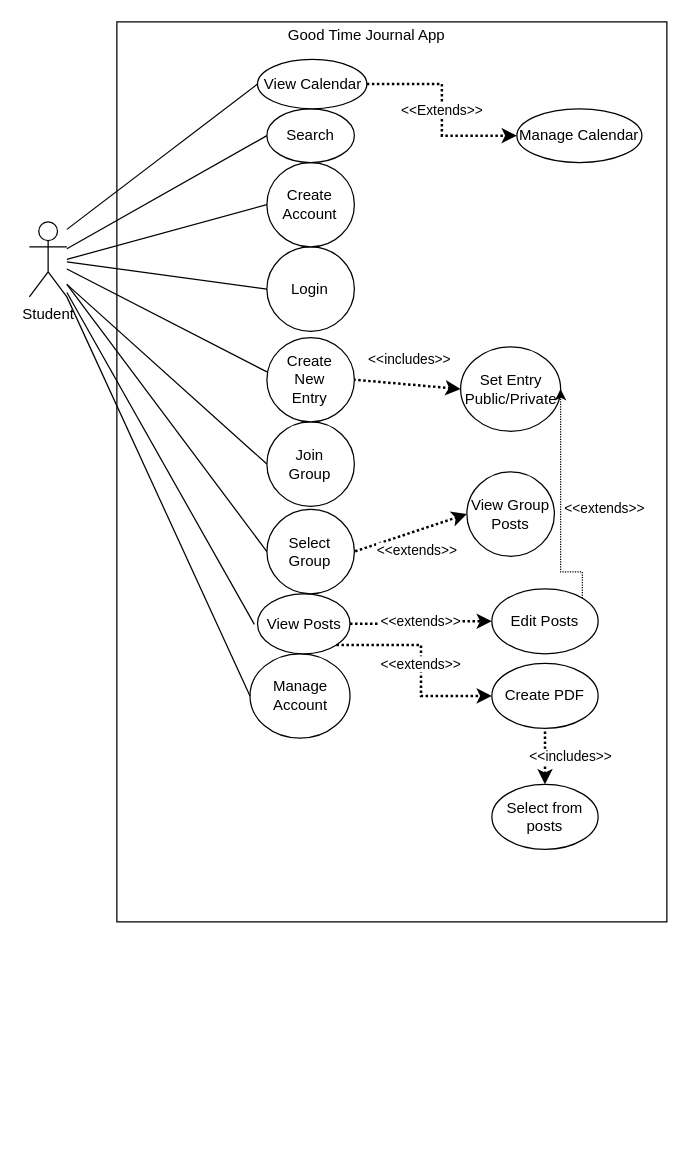
Before: TeacherUseCase.drawio in VadathHeilsang/430DreamTeam, a draw.io diagram. Source tidied: cells renumbered, new cells numbered last; positions are measured from the earlier drawing's top-left corner, leaving out a move shared by most shapes. Both pictures are drawn from the tidied source at 125%, with x=0, y=0 at pixel (29, 21).
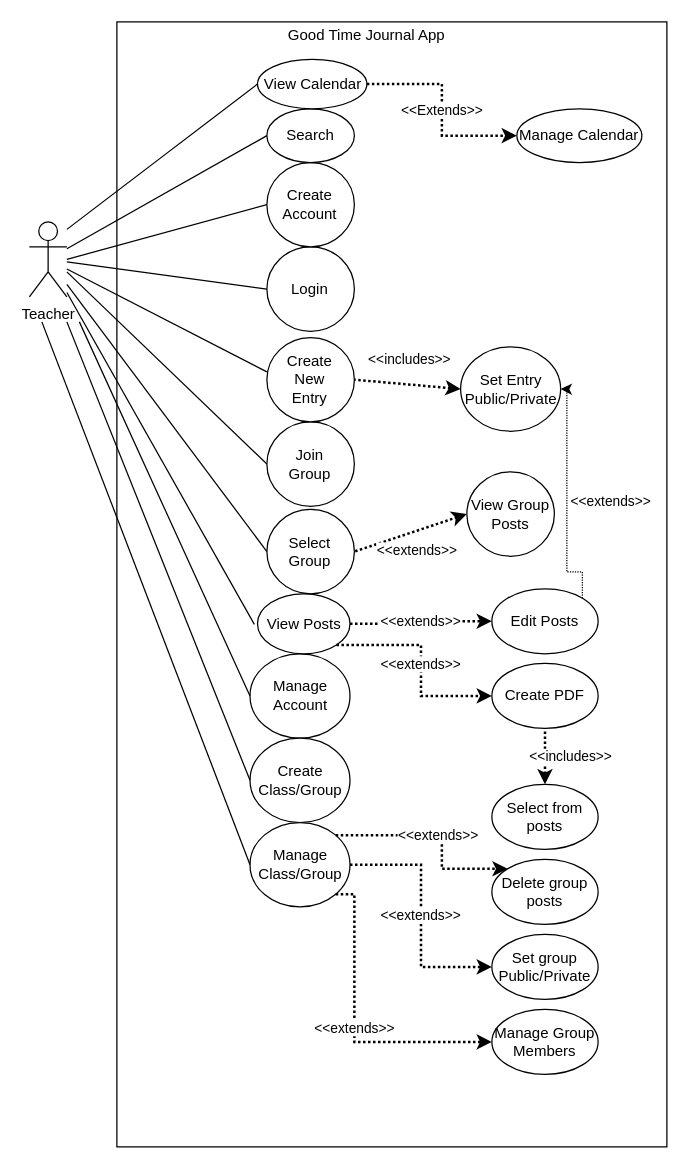
After the change.

The change refers to these unchanged cells:
```xml
<mxCell id="8" style="ellipse;whiteSpace=wrap;html=1;" parent="7" vertex="1">
  <mxGeometry width="70" height="67.5" as="geometry" />
</mxCell>
<mxCell id="11" value="Manage Account" style="ellipse;whiteSpace=wrap;html=1;" parent="3" vertex="1">
  <mxGeometry x="106.5" y="505.5" width="80" height="67.5" as="geometry" />
</mxCell>
<mxCell id="22" style="ellipse;whiteSpace=wrap;html=1;" parent="21" vertex="1">
  <mxGeometry width="80" height="67.5" as="geometry" />
</mxCell>
<mxCell id="34" value="Edit Posts" style="ellipse;whiteSpace=wrap;html=1;" parent="3" vertex="1">
  <mxGeometry x="300" y="453.5" width="85" height="52" as="geometry" />
</mxCell>
```

The edit, as a diff of the source:
```diff
@@
     <mxCell id="2" style="group;" parent="1" vertex="1">
-      <mxGeometry x="220" y="100" width="290" height="632.8" as="geometry" />
+      <mxGeometry x="220" y="100" width="290" height="800" as="geometry" />
     </mxCell>
     <mxCell id="3" style="group;" parent="2" vertex="1">
-      <mxGeometry x="-150" y="-100" width="440" height="732.8" as="geometry" />
+      <mxGeometry x="-150" y="-100" width="440" height="900" as="geometry" />
     </mxCell>
     <mxCell id="4" style="rounded=0;whiteSpace=wrap;html=1;" parent="3" vertex="1">
-      <mxGeometry width="440" height="720" as="geometry" />
+      <mxGeometry width="440" height="900" as="geometry" />
     </mxCell>
@@
     <mxCell id="35" value="&amp;lt;&amp;lt;extends&amp;gt;&amp;gt;" style="edgeStyle=orthogonalEdgeStyle;rounded=0;jettySize=auto;html=1;endArrow=classic;endFill=1;strokeWidth=1;dashed=1;dashPattern=1 1;entryX=1;entryY=0.5;entryDx=0;entryDy=0;exitX=1;exitY=0;exitDx=0;exitDy=0;" parent="3" edge="1" source="34" target="22">
       <mxGeometry x="-0.04" y="-35" relative="1" as="geometry">
         <Array as="points">
-          <mxPoint x="373" y="440" />
-          <mxPoint x="355" y="440" />
+          <mxPoint x="372" y="440" />
+          <mxPoint x="360" y="440" />
+          <mxPoint x="360" y="294" />
         </Array>
       </mxGeometry>
     </mxCell>
@@
+    <mxCell id="50" value="Create Class/Group" style="ellipse;whiteSpace=wrap;html=1;" parent="3" vertex="1">
+      <mxGeometry x="106.5" y="573" width="80" height="67.5" as="geometry" />
+    </mxCell>
+    <mxCell id="51" value="Manage Class/Group" style="ellipse;whiteSpace=wrap;html=1;" parent="3" vertex="1">
+      <mxGeometry x="106.5" y="640.5" width="80" height="67.5" as="geometry" />
+    </mxCell>
+    <mxCell id="52" value="Delete group posts" style="ellipse;whiteSpace=wrap;html=1;" parent="3" vertex="1">
+      <mxGeometry x="300" y="670" width="85" height="52" as="geometry" />
+    </mxCell>
+    <mxCell id="53" value="Set group Public/Private" style="ellipse;whiteSpace=wrap;html=1;" parent="3" vertex="1">
+      <mxGeometry x="300" y="730" width="85" height="52" as="geometry" />
+    </mxCell>
+    <mxCell id="54" value="Manage Group Members" style="ellipse;whiteSpace=wrap;html=1;" parent="3" vertex="1">
+      <mxGeometry x="300" y="790" width="85" height="52" as="geometry" />
+    </mxCell>
+    <mxCell id="55" value="&amp;lt;&amp;lt;extends&amp;gt;&amp;gt;" style="edgeStyle=orthogonalEdgeStyle;rounded=0;jettySize=auto;html=1;dashed=1;dashPattern=1 1;endArrow=classic;endFill=1;strokeColor=#000000;strokeWidth=2;entryX=0;entryY=0;entryDx=0;entryDy=0;exitX=1;exitY=0;exitDx=0;exitDy=0;" parent="3" edge="1" source="51" target="52">
+      <mxGeometry relative="1" as="geometry">
+        <Array as="points">
+          <mxPoint x="260" y="651" />
+          <mxPoint x="260" y="678" />
+        </Array>
+      </mxGeometry>
+    </mxCell>
+    <mxCell id="56" value="&amp;lt;&amp;lt;extends&amp;gt;&amp;gt;" style="edgeStyle=orthogonalEdgeStyle;rounded=0;jettySize=auto;html=1;dashed=1;dashPattern=1 1;endArrow=classic;endFill=1;strokeColor=#000000;strokeWidth=2;entryX=0;entryY=0.5;entryDx=0;entryDy=0;exitX=1;exitY=0.5;exitDx=0;exitDy=0;" parent="3" edge="1" source="51" target="53">
+      <mxGeometry relative="1" as="geometry" />
+    </mxCell>
+    <mxCell id="57" value="&amp;lt;&amp;lt;extends&amp;gt;&amp;gt;" style="edgeStyle=orthogonalEdgeStyle;rounded=0;jettySize=auto;html=1;dashed=1;dashPattern=1 1;endArrow=classic;endFill=1;strokeColor=#000000;strokeWidth=2;entryX=0;entryY=0.5;entryDx=0;entryDy=0;exitX=1;exitY=1;exitDx=0;exitDy=0;" parent="3" edge="1" source="51" target="54">
+      <mxGeometry relative="1" as="geometry">
+        <Array as="points">
+          <mxPoint x="190" y="698" />
+          <mxPoint x="190" y="816" />
+        </Array>
+      </mxGeometry>
+    </mxCell>
-    <mxCell id="40" value="Student" style="shape=umlActor;verticalLabelPosition=bottom;verticalAlign=top;html=1;outlineConnect=0;" parent="1" vertex="1">
+    <mxCell id="40" value="Teacher" style="shape=umlActor;verticalLabelPosition=bottom;verticalAlign=top;html=1;outlineConnect=0;" parent="1" vertex="1">
       <mxGeometry y="160" width="30" height="60" as="geometry" />
     </mxCell>
@@
-    <mxCell id="45" style="endArrow=none;html=1;entryX=0;entryY=0.5;entryDx=0;entryDy=0;exitX=1;exitY=1;exitDx=0;exitDy=0;exitPerimeter=0;" parent="1" edge="1" source="40" target="11">
-      <mxGeometry relative="1" as="geometry" />
+    <mxCell id="45" style="endArrow=none;html=1;entryX=0;entryY=0.5;entryDx=0;entryDy=0;" parent="1" edge="1" target="11">
+      <mxGeometry relative="1" as="geometry">
+        <mxPoint x="40" y="240" as="sourcePoint" />
+      </mxGeometry>
     </mxCell>
@@
     <mxCell id="48" style="endArrow=none;html=1;entryX=0;entryY=0.5;entryDx=0;entryDy=0;" parent="1" edge="1" target="8">
       <mxGeometry relative="1" as="geometry">
-        <mxPoint x="30" y="210" as="sourcePoint" />
+        <mxPoint x="30" y="200" as="sourcePoint" />
       </mxGeometry>
     </mxCell>
@@
+    <mxCell id="58" style="endArrow=none;html=1;entryX=0;entryY=0.5;entryDx=0;entryDy=0;" parent="1" edge="1" target="50">
+      <mxGeometry relative="1" as="geometry">
+        <mxPoint x="30" y="240" as="sourcePoint" />
+      </mxGeometry>
+    </mxCell>
+    <mxCell id="59" style="endArrow=none;html=1;entryX=0;entryY=0.5;entryDx=0;entryDy=0;" parent="1" edge="1" target="51">
+      <mxGeometry relative="1" as="geometry">
+        <mxPoint x="10" y="240" as="sourcePoint" />
+      </mxGeometry>
+    </mxCell>
```
